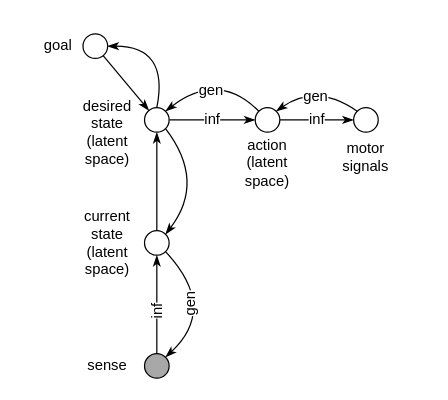
Earlier version of the draw.io diagram page "predictive-action" (4 of 8) of files/Focusing-on-the-why.drawio (malcolmlett/malcolmlett.github.io). Source tidied: cells renumbered, new cells numbered last; positions are measured from the earlier drawing's top-left corner, leaving out a move shared by most shapes. Both pictures are drawn from the tidied source at 123%, with x=0, y=0 at pixel (33, 33).
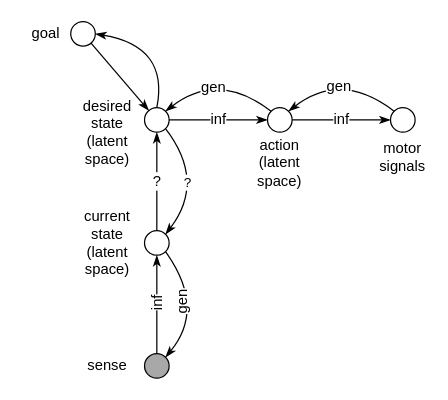
After the change.

The change refers to these unchanged cells:
```xml
<mxCell id="2" style="edgeStyle=orthogonalEdgeStyle;rounded=0;jettySize=auto;html=1;exitX=0.5;exitY=0;exitDx=0;exitDy=0;curved=1;entryX=0.5;entryY=1;entryDx=0;entryDy=0;endArrow=classicThin;endFill=1;fontSize=12;" parent="1" edge="1" source="4" target="5">
  <mxGeometry relative="1" as="geometry">
    <Array as="points">
      <mxPoint x="100" y="210" />
      <mxPoint x="100" y="210" />
    </Array>
  </mxGeometry>
</mxCell>
<mxCell id="4" style="ellipse;whiteSpace=wrap;html=1;fontColor=#333333;fillColor=#A8A8A8;fontSize=12;" parent="1" vertex="1">
  <mxGeometry x="90" y="260" width="20" height="20" as="geometry" />
</mxCell>
<mxCell id="5" style="ellipse;whiteSpace=wrap;html=1;fontSize=12;" parent="1" vertex="1">
  <mxGeometry x="90" y="160" width="20" height="20" as="geometry" />
</mxCell>
<mxCell id="8" style="ellipse;whiteSpace=wrap;html=1;fontSize=12;" parent="1" vertex="1">
  <mxGeometry x="90" y="60" width="20" height="20" as="geometry" />
</mxCell>
<mxCell id="20" style="endArrow=classicThin;html=1;shadow=0;strokeWidth=1;fillColor=#808080;fontSize=12;entryX=1;entryY=0;entryDx=0;entryDy=0;exitX=1;exitY=1;exitDx=0;exitDy=0;curved=1;endFill=1;" parent="1" edge="1" source="8" target="5">
  <mxGeometry relative="1" as="geometry">
    <Array as="points">
      <mxPoint x="140" y="120" />
    </Array>
  </mxGeometry>
</mxCell>
```

Change to the diagram source:
```diff
@@
     <mxCell id="3" value="inf" style="edgeLabel;html=1;align=center;verticalAlign=middle;rotation=-90;fontSize=12;" parent="2" vertex="1">
-      <mxGeometry x="-0.17" relative="1" as="geometry" />
+      <mxGeometry x="-0.17" relative="1" as="geometry">
+        <mxPoint y="-6.7" as="offset" />
+      </mxGeometry>
     </mxCell>
@@
-    <mxCell id="6" style="edgeStyle=orthogonalEdgeStyle;rounded=0;jettySize=auto;html=1;exitX=0.5;exitY=0;exitDx=0;exitDy=0;curved=1;entryX=0.5;entryY=1;entryDx=0;entryDy=0;endArrow=classicThin;endFill=1;fontSize=12;" parent="1" edge="1" source="5" target="8">
+    <mxCell id="6" value="?" style="edgeStyle=orthogonalEdgeStyle;rounded=0;jettySize=auto;html=1;exitX=0.5;exitY=0;exitDx=0;exitDy=0;curved=1;entryX=0.5;entryY=1;entryDx=0;entryDy=0;endArrow=classicThin;endFill=1;fontSize=12;" parent="1" edge="1" source="5" target="8">
       <mxGeometry relative="1" as="geometry" />
     </mxCell>
@@
     <mxCell id="12" style="ellipse;whiteSpace=wrap;html=1;fontSize=12;" parent="1" vertex="1">
-      <mxGeometry x="180" y="60" width="20" height="20" as="geometry" />
+      <mxGeometry x="190" y="60" width="20" height="20" as="geometry" />
     </mxCell>
     <mxCell id="13" style="ellipse;whiteSpace=wrap;html=1;fontSize=12;" parent="1" vertex="1">
-      <mxGeometry x="260" y="60" width="20" height="20" as="geometry" />
+      <mxGeometry x="290" y="60" width="20" height="20" as="geometry" />
     </mxCell>
     <mxCell id="14" style="ellipse;whiteSpace=wrap;html=1;fontSize=12;" parent="1" vertex="1">
-      <mxGeometry x="40" width="20" height="20" as="geometry" />
+      <mxGeometry x="30" y="-10" width="20" height="20" as="geometry" />
     </mxCell>
@@
     <mxCell id="16" value="goal" style="text;html=1;strokeColor=none;fillColor=none;align=center;verticalAlign=middle;whiteSpace=wrap;rounded=0;labelBackgroundColor=none;fontSize=12;" parent="1" vertex="1">
-      <mxGeometry width="40" height="20" as="geometry" />
+      <mxGeometry x="-10" y="-10" width="40" height="20" as="geometry" />
     </mxCell>
     <mxCell id="17" value="action&lt;br&gt;(latent&lt;br&gt;space)" style="text;html=1;strokeColor=none;fillColor=none;align=center;verticalAlign=middle;whiteSpace=wrap;rounded=0;labelBackgroundColor=none;fontSize=12;" parent="1" vertex="1">
-      <mxGeometry x="170" y="90" width="40" height="30" as="geometry" />
+      <mxGeometry x="180" y="90" width="40" height="30" as="geometry" />
     </mxCell>
     <mxCell id="18" value="motor&lt;br&gt;signals" style="text;html=1;strokeColor=none;fillColor=none;align=center;verticalAlign=middle;whiteSpace=wrap;rounded=0;labelBackgroundColor=none;fontSize=12;" parent="1" vertex="1">
-      <mxGeometry x="250" y="90" width="40" height="20" as="geometry" />
+      <mxGeometry x="280" y="90" width="40" height="20" as="geometry" />
     </mxCell>
@@
+    <mxCell id="28" value="?" style="edgeLabel;html=1;align=center;verticalAlign=middle;" parent="20" vertex="1">
+      <mxGeometry x="0.19" y="-12" relative="1" as="geometry" />
+    </mxCell>
     <mxCell id="21" style="endArrow=classicThin;html=1;shadow=0;strokeWidth=1;fillColor=#808080;fontSize=12;exitX=1;exitY=1;exitDx=0;exitDy=0;curved=1;endFill=1;entryX=1;entryY=0;entryDx=0;entryDy=0;" parent="1" edge="1" source="5" target="4">
       <mxGeometry relative="1" as="geometry">
         <Array as="points">
-          <mxPoint x="150" y="223" />
+          <mxPoint x="140" y="223" />
         </Array>
       </mxGeometry>
     </mxCell>
     <mxCell id="22" value="gen" style="edgeLabel;html=1;align=center;verticalAlign=middle;fontSize=12;rotation=-90;" parent="21" vertex="1">
-      <mxGeometry x="-0.26" y="-15" relative="1" as="geometry" />
+      <mxGeometry x="-0.26" y="-15" relative="1" as="geometry">
+        <mxPoint x="1.8" as="offset" />
+      </mxGeometry>
     </mxCell>
@@
     <mxCell id="25" style="endArrow=classicThin;html=1;shadow=0;strokeWidth=1;fillColor=#808080;fontSize=12;exitX=0;exitY=0;exitDx=0;exitDy=0;curved=1;endFill=1;entryX=1;entryY=0;entryDx=0;entryDy=0;" parent="1" edge="1" source="13" target="12">
       <mxGeometry relative="1" as="geometry">
         <Array as="points">
-          <mxPoint x="230" y="40" />
+          <mxPoint x="250" y="30" />
         </Array>
       </mxGeometry>
     </mxCell>
```
